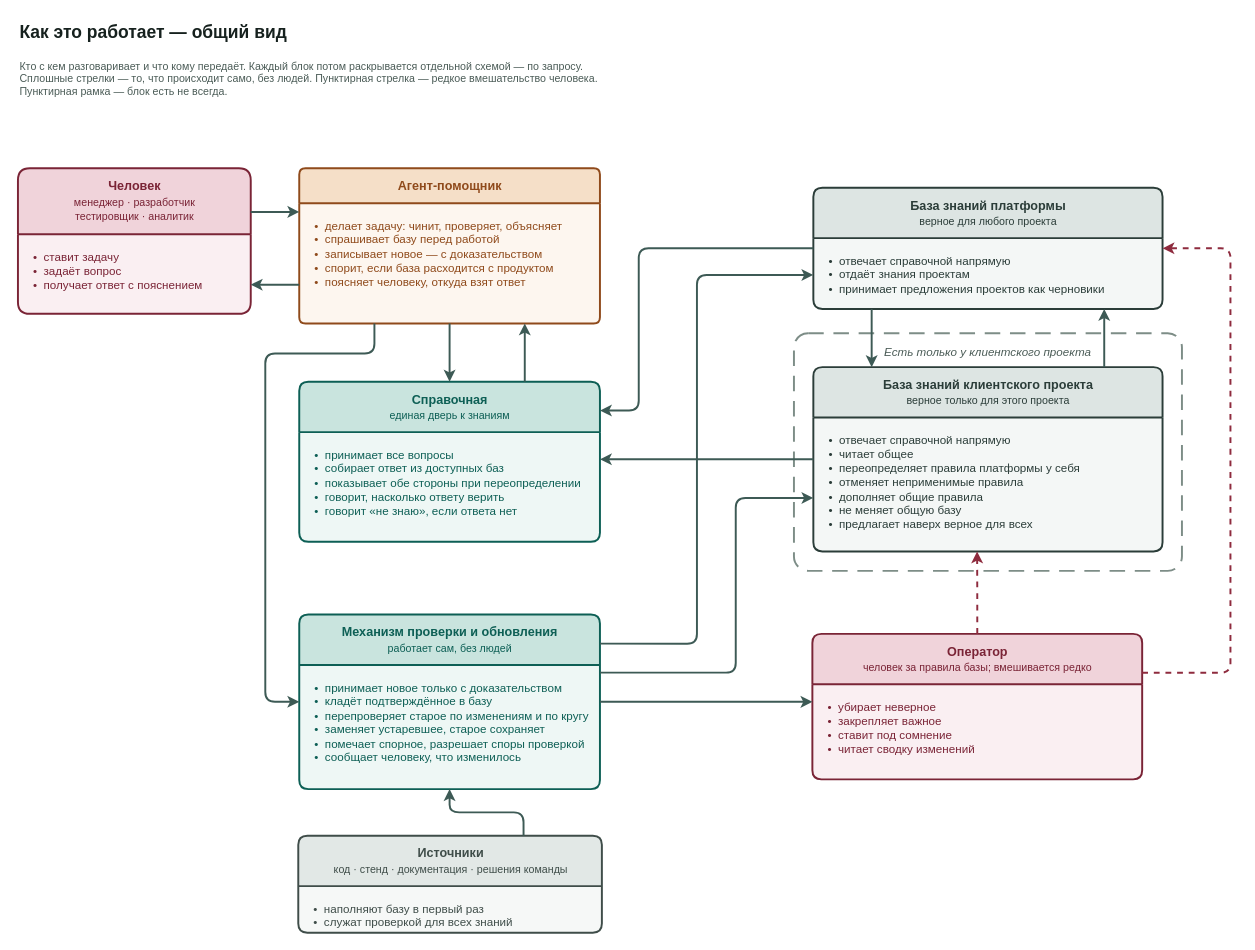
Earlier version of the draw.io diagram docs/adr/adr-knowledge-base-v3-overview.drawio (VirtoCommerce/ai-tools). Source tidied: cells renumbered, new cells numbered last; positions are measured from the earlier drawing's top-left corner, leaving out a move shared by most shapes. Both pictures are drawn from the tidied source at 97%, with x=0, y=0 at pixel (17, 16).
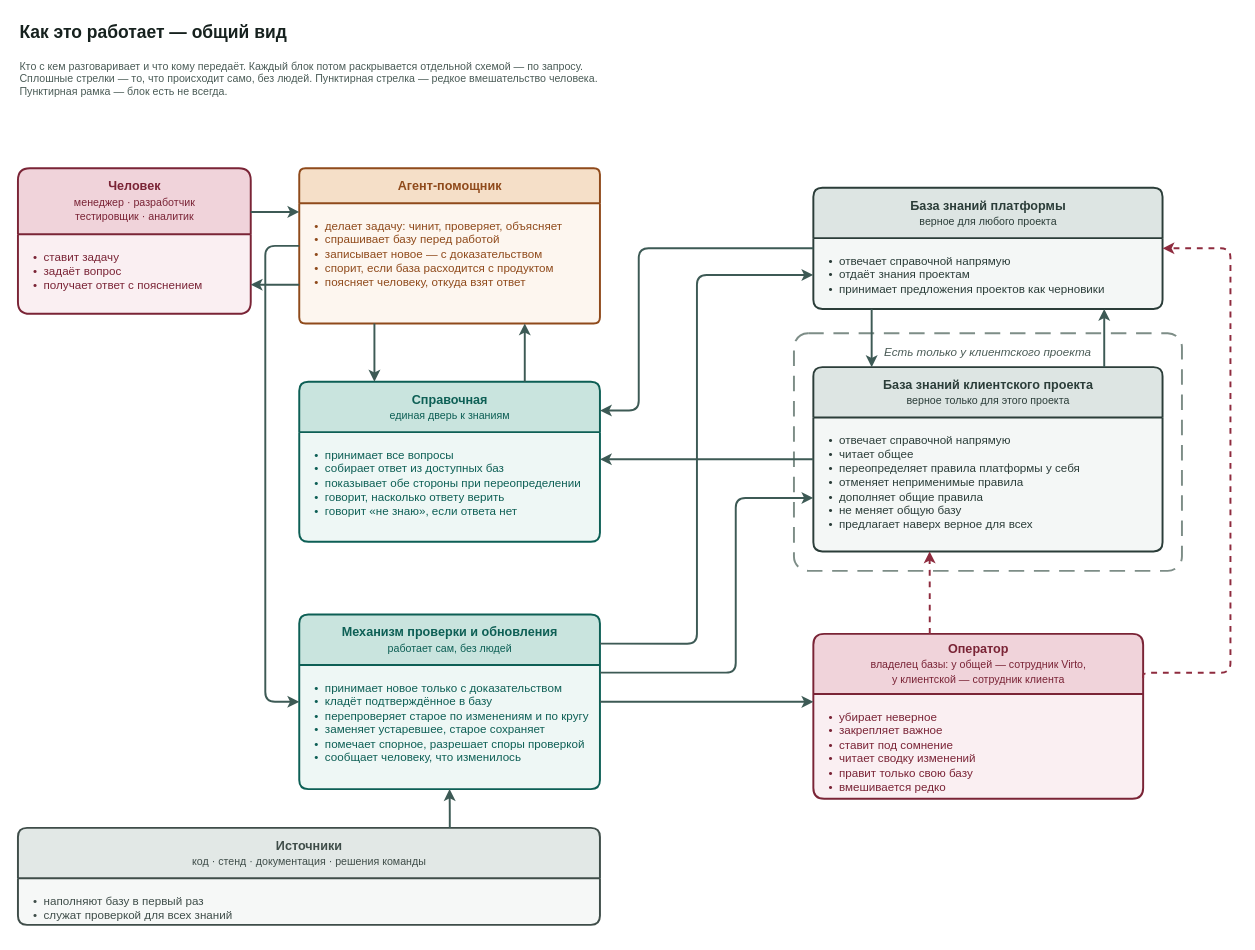
After the change.

Commit message (it also covers changes not shown here):
docs(adr): kb v3 — оператор правит только ту базу, которой владеет (VCST-5776)

Прошлой правкой я развёл стрелки оператора в обе базы и получил неправду:
из схемы читалось, что оператор клиента может править общую базу. Не может —
у клиента платформенная копия только для чтения, и это та самая изоляция,
ради которой базы разделены.

Теперь в шапке сказано, кто владелец: у общей — сотрудник Virto, у
клиентской — сотрудник клиента, а в списке появилось «правит только свою
базу». Обе пунктирные стрелки остаются верными: каждая ведёт от владельца
к его базе.

Unchanged cells that the change refers to:
```xml
<mxCell id="6" value="Агент-помощник" style="swimlane;html=1;rounded=1;arcSize=6;startSize=36;horizontal=1;fillColor=#f5dfc8;swimlaneFillColor=#fdf6ef;strokeColor=#8f4a1b;fontColor=#8f4a1b;fontSize=13;fontStyle=1;align=center;verticalAlign=middle;strokeWidth=2;fontFamily=Helvetica;" parent="1" vertex="1">
  <mxGeometry x="290" y="156" width="310" height="160" as="geometry" />
</mxCell>
<mxCell id="7" value="•&amp;nbsp; делает задачу: чинит, проверяет, объясняет&lt;br&gt;•&amp;nbsp; спрашивает базу перед работой&lt;br&gt;•&amp;nbsp; записывает новое — с доказательством&lt;br&gt;•&amp;nbsp; спорит, если база расходится с продуктом&lt;br&gt;•&amp;nbsp; поясняет человеку, откуда взят ответ" style="text;html=1;align=left;verticalAlign=top;whiteSpace=wrap;spacingLeft=14;spacingTop=10;spacingRight=10;fontSize=12;fontColor=#8f4a1b;fontFamily=Helvetica;" parent="6" vertex="1">
  <mxGeometry y="36" width="310" height="124" as="geometry" />
</mxCell>
<mxCell id="8" value="Справочная&lt;br&gt;&lt;span style=&quot;font-size:11px;font-weight:normal&quot;&gt;единая дверь к знаниям&lt;/span&gt;" style="swimlane;html=1;rounded=1;arcSize=6;startSize=52;horizontal=1;fillColor=#c9e4de;swimlaneFillColor=#eef7f5;strokeColor=#0d5f55;fontColor=#0d5f55;fontSize=13;fontStyle=1;align=center;verticalAlign=middle;strokeWidth=2;fontFamily=Helvetica;" parent="1" vertex="1">
  <mxGeometry x="290" y="376" width="310" height="165" as="geometry" />
</mxCell>
<mxCell id="13" value="База знаний клиентского проекта&lt;br&gt;&lt;span style=&quot;font-size:11px;font-weight:normal&quot;&gt;верное только для этого проекта&lt;/span&gt;" style="swimlane;html=1;rounded=1;arcSize=6;startSize=52;horizontal=1;fillColor=#dde5e3;swimlaneFillColor=#f4f7f6;strokeColor=#2b3d39;fontColor=#2b3d39;fontSize=13;fontStyle=1;align=center;verticalAlign=middle;strokeWidth=2;fontFamily=Helvetica;" parent="1" vertex="1">
  <mxGeometry x="820" y="361" width="360" height="190" as="geometry" />
</mxCell>
<mxCell id="14" value="•&amp;nbsp; отвечает справочной напрямую&lt;br&gt;•&amp;nbsp; читает общее&lt;br&gt;•&amp;nbsp; переопределяет правила платформы у себя&lt;br&gt;•&amp;nbsp; отменяет неприменимые правила&lt;br&gt;•&amp;nbsp; дополняет общие правила&lt;br&gt;•&amp;nbsp; не меняет общую базу&lt;br&gt;•&amp;nbsp; предлагает наверх верное для всех" style="text;html=1;align=left;verticalAlign=top;whiteSpace=wrap;spacingLeft=14;spacingTop=10;spacingRight=10;fontSize=12;fontColor=#2b3d39;fontFamily=Helvetica;" parent="13" vertex="1">
  <mxGeometry y="52" width="360" height="138" as="geometry" />
</mxCell>
<mxCell id="15" value="Механизм проверки и обновления&lt;br&gt;&lt;span style=&quot;font-size:11px;font-weight:normal&quot;&gt;работает сам, без людей&lt;/span&gt;" style="swimlane;html=1;rounded=1;arcSize=6;startSize=52;horizontal=1;fillColor=#c9e4de;swimlaneFillColor=#eef7f5;strokeColor=#0d5f55;fontColor=#0d5f55;fontSize=13;fontStyle=1;align=center;verticalAlign=middle;strokeWidth=2;fontFamily=Helvetica;" parent="1" vertex="1">
  <mxGeometry x="290" y="616" width="310" height="180" as="geometry" />
</mxCell>
```

What changed in the source:
```diff
@@
-    <mxCell id="17" value="Оператор&lt;br&gt;&lt;span style=&quot;font-size:11px;font-weight:normal&quot;&gt;человек за правила базы; вмешивается редко&lt;/span&gt;" style="swimlane;html=1;rounded=1;arcSize=6;startSize=52;horizontal=1;fillColor=#f0d3da;swimlaneFillColor=#faeff2;strokeColor=#7a2436;fontColor=#7a2436;fontSize=13;fontStyle=1;align=center;verticalAlign=middle;strokeWidth=2;fontFamily=Helvetica;" parent="1" vertex="1">
-      <mxGeometry x="819" y="636" width="340" height="150" as="geometry" />
+    <mxCell id="17" value="Оператор&lt;br&gt;&lt;span style=&quot;font-size:11px;font-weight:normal&quot;&gt;владелец базы: у общей — сотрудник Virto,&lt;br&gt;у клиентской — сотрудник клиента&lt;/span&gt;" style="swimlane;html=1;rounded=1;arcSize=6;startSize=62;horizontal=1;fillColor=#f0d3da;swimlaneFillColor=#faeff2;strokeColor=#7a2436;fontColor=#7a2436;fontSize=13;fontStyle=1;align=center;verticalAlign=middle;strokeWidth=2;fontFamily=Helvetica;" parent="1" vertex="1">
+      <mxGeometry x="820" y="636" width="340" height="170" as="geometry" />
     </mxCell>
-    <mxCell id="18" value="•&amp;nbsp; убирает неверное&lt;br&gt;•&amp;nbsp; закрепляет важное&lt;br&gt;•&amp;nbsp; ставит под сомнение&lt;br&gt;•&amp;nbsp; читает сводку изменений" style="text;html=1;align=left;verticalAlign=top;whiteSpace=wrap;spacingLeft=14;spacingTop=10;spacingRight=10;fontSize=12;fontColor=#7a2436;fontFamily=Helvetica;" parent="17" vertex="1">
-      <mxGeometry y="52" width="240" height="98" as="geometry" />
+    <mxCell id="18" value="•&amp;nbsp; убирает неверное&lt;br&gt;•&amp;nbsp; закрепляет важное&lt;br&gt;•&amp;nbsp; ставит под сомнение&lt;br&gt;•&amp;nbsp; читает сводку изменений&lt;br&gt;•&amp;nbsp; правит только свою базу&lt;br&gt;•&amp;nbsp; вмешивается редко" style="text;html=1;align=left;verticalAlign=top;whiteSpace=wrap;spacingLeft=14;spacingTop=10;spacingRight=10;fontSize=12;fontColor=#7a2436;fontFamily=Helvetica;" parent="17" vertex="1">
+      <mxGeometry y="62" width="340" height="108" as="geometry" />
     </mxCell>
     <mxCell id="19" value="Источники&lt;br&gt;&lt;span style=&quot;font-size:11px;font-weight:normal&quot;&gt;код · стенд · документация · решения команды&lt;/span&gt;" style="swimlane;html=1;rounded=1;arcSize=6;startSize=52;horizontal=1;fillColor=#e2e8e6;swimlaneFillColor=#f6f8f7;strokeColor=#3f4d49;fontColor=#3f4d49;fontSize=13;fontStyle=1;align=center;verticalAlign=middle;strokeWidth=2;fontFamily=Helvetica;" parent="1" vertex="1">
-      <mxGeometry x="289" y="844" width="313" height="100" as="geometry" />
+      <mxGeometry y="836" width="600" height="100" as="geometry" />
     </mxCell>
     <mxCell id="20" value="•&amp;nbsp; наполняют базу в первый раз&lt;br&gt;•&amp;nbsp; служат проверкой для всех знаний" style="text;html=1;align=left;verticalAlign=top;whiteSpace=wrap;spacingLeft=14;spacingTop=10;spacingRight=10;fontSize=12;fontColor=#3f4d49;fontFamily=Helvetica;" parent="19" vertex="1">
-      <mxGeometry y="52" width="312" height="48" as="geometry" />
+      <mxGeometry y="52" width="600" height="48" as="geometry" />
     </mxCell>
@@
-    <mxCell id="23" style="edgeStyle=orthogonalEdgeStyle;rounded=1;html=1;labelBackgroundColor=#ffffff;fontSize=12;strokeWidth=2;strokeColor=#3d5a55;fontColor=#2f3a37;fontFamily=Helvetica;exitX=0.5;exitY=1;exitDx=0;exitDy=0;entryX=0.5;entryY=0;entryDx=0;entryDy=0;" parent="1" edge="1" source="7" target="8">
+    <mxCell id="23" style="edgeStyle=orthogonalEdgeStyle;rounded=1;html=1;labelBackgroundColor=#ffffff;fontSize=12;strokeWidth=2;strokeColor=#3d5a55;fontColor=#2f3a37;fontFamily=Helvetica;exitX=0.25;exitY=1;exitDx=0;exitDy=0;entryX=0.25;entryY=0;entryDx=0;entryDy=0;" parent="1" edge="1" source="6" target="8">
       <mxGeometry relative="1" as="geometry" />
     </mxCell>
@@
-    <mxCell id="27" style="edgeStyle=orthogonalEdgeStyle;rounded=1;html=1;labelBackgroundColor=#ffffff;fontSize=12;strokeWidth=2;strokeColor=#3d5a55;fontColor=#2f3a37;fontFamily=Helvetica;exitX=0.25;exitY=1;exitDx=0;exitDy=0;entryX=0;entryY=0.5;entryDx=0;entryDy=0;" parent="1" edge="1" source="7" target="15">
+    <mxCell id="27" style="edgeStyle=orthogonalEdgeStyle;rounded=1;html=1;labelBackgroundColor=#ffffff;fontSize=12;strokeWidth=2;strokeColor=#3d5a55;fontColor=#2f3a37;fontFamily=Helvetica;exitX=0;exitY=0.5;exitDx=0;exitDy=0;entryX=0;entryY=0.5;entryDx=0;entryDy=0;" parent="1" edge="1" source="6" target="15">
       <mxGeometry relative="1" as="geometry">
         <Array as="points">
-          <mxPoint x="368" y="347" />
-          <mxPoint x="255" y="347" />
+          <mxPoint x="255" y="236" />
           <mxPoint x="255" y="706" />
         </Array>
       </mxGeometry>
     </mxCell>
@@
-    <mxCell id="32" style="edgeStyle=orthogonalEdgeStyle;rounded=1;html=1;labelBackgroundColor=#ffffff;fontSize=12;strokeWidth=2;strokeColor=#3d5a55;fontColor=#2f3a37;fontFamily=Helvetica;exitX=1;exitY=0.5;exitDx=0;exitDy=0;entryX=0;entryY=0.467;entryDx=0;entryDy=0;" parent="1" edge="1" source="15" target="17">
+    <mxCell id="32" style="edgeStyle=orthogonalEdgeStyle;rounded=1;html=1;labelBackgroundColor=#ffffff;fontSize=12;strokeWidth=2;strokeColor=#3d5a55;fontColor=#2f3a37;fontFamily=Helvetica;exitX=1;exitY=0.5;exitDx=0;exitDy=0;entryX=0;entryY=0.412;entryDx=0;entryDy=0;" parent="1" edge="1" source="15" target="17">
       <mxGeometry relative="1" as="geometry" />
     </mxCell>
-    <mxCell id="33" style="edgeStyle=orthogonalEdgeStyle;rounded=1;html=1;labelBackgroundColor=#ffffff;fontSize=12;strokeWidth=2;strokeColor=#3d5a55;fontColor=#2f3a37;fontFamily=Helvetica;dashed=1;strokeColor=#8e2b3e;fontColor=#6b1f2e;exitX=0.5;exitY=0;exitDx=0;exitDy=0;entryX=0.469;entryY=1;entryDx=0;entryDy=0;entryPerimeter=0;" parent="1" edge="1" source="17" target="14">
+    <mxCell id="33" style="edgeStyle=orthogonalEdgeStyle;rounded=1;html=1;labelBackgroundColor=#ffffff;fontSize=12;strokeWidth=2;strokeColor=#3d5a55;fontColor=#2f3a37;fontFamily=Helvetica;dashed=1;strokeColor=#8e2b3e;fontColor=#6b1f2e;exitX=0.353;exitY=0;exitDx=0;exitDy=0;entryX=0.333;entryY=1;entryDx=0;entryDy=0;" parent="1" edge="1" source="17" target="13">
       <mxGeometry relative="1" as="geometry" />
     </mxCell>
```
